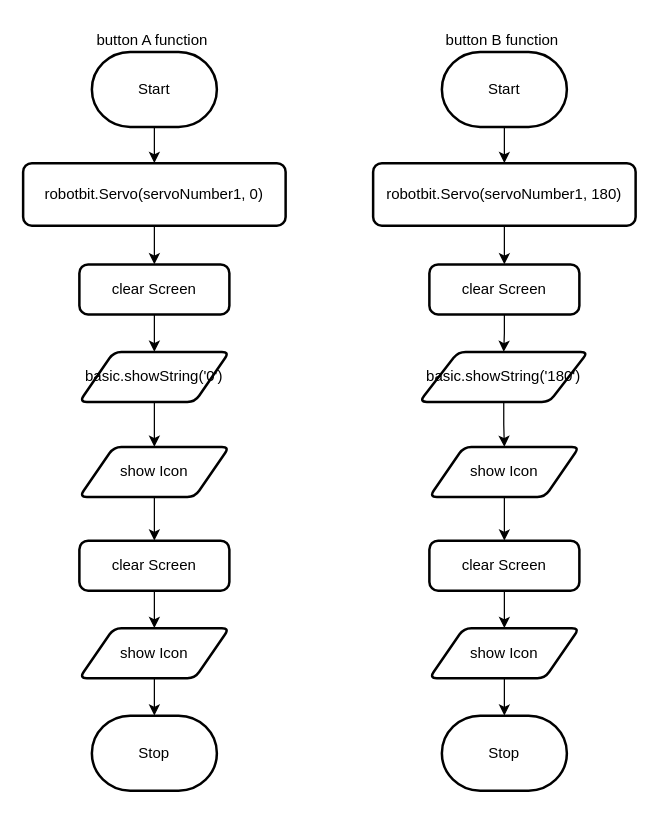
Before: design/flowchart.drawio in MTHS-TEJ2O-1-2023/TEJ2O-Unit-5-07-Liya-Getachew, a draw.io diagram. Source tidied: cells renumbered, new cells numbered last; positions are measured from the earlier drawing's top-left corner, leaving out a move shared by most shapes. Both pictures are drawn from the tidied source at 125%, with x=0, y=0 at pixel (22, 21).
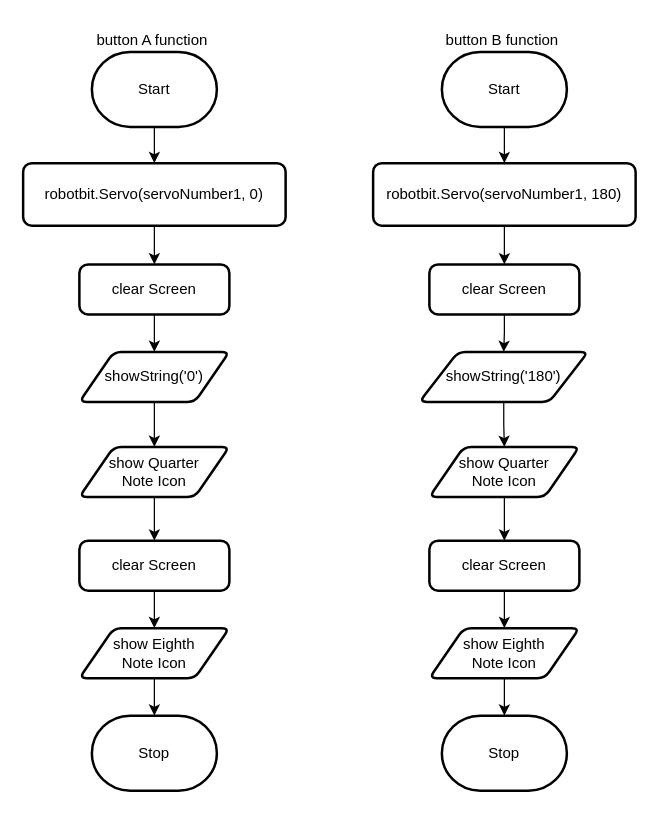
The same diagram, later.

Diff of the diagram source:
```diff
@@
-    <mxCell id="11" value="basic.showString('0')" style="shape=parallelogram;html=1;strokeWidth=2;perimeter=parallelogramPerimeter;whiteSpace=wrap;rounded=1;arcSize=12;size=0.23;fontFamily=Helvetica;fontSize=12;fontColor=default;align=center;strokeColor=default;fillColor=default;" parent="1" vertex="1">
+    <mxCell id="11" value="showString('0')" style="shape=parallelogram;html=1;strokeWidth=2;perimeter=parallelogramPerimeter;whiteSpace=wrap;rounded=1;arcSize=12;size=0.23;fontFamily=Helvetica;fontSize=12;fontColor=default;align=center;strokeColor=default;fillColor=default;" parent="1" vertex="1">
       <mxGeometry x="45" y="264" width="120" height="40" as="geometry" />
     </mxCell>
@@
-    <mxCell id="13" value="show Icon" style="shape=parallelogram;html=1;strokeWidth=2;perimeter=parallelogramPerimeter;whiteSpace=wrap;rounded=1;arcSize=12;size=0.23;fontFamily=Helvetica;fontSize=12;fontColor=default;align=center;strokeColor=default;fillColor=default;" parent="1" vertex="1">
+    <mxCell id="13" value="show Quarter &lt;br&gt;Note Icon" style="shape=parallelogram;html=1;strokeWidth=2;perimeter=parallelogramPerimeter;whiteSpace=wrap;rounded=1;arcSize=12;size=0.23;fontFamily=Helvetica;fontSize=12;fontColor=default;align=center;strokeColor=default;fillColor=default;" parent="1" vertex="1">
       <mxGeometry x="45" y="340" width="120" height="40" as="geometry" />
     </mxCell>
@@
-    <mxCell id="17" value="show Icon" style="shape=parallelogram;html=1;strokeWidth=2;perimeter=parallelogramPerimeter;whiteSpace=wrap;rounded=1;arcSize=12;size=0.23;fontFamily=Helvetica;fontSize=12;fontColor=default;align=center;strokeColor=default;fillColor=default;" parent="1" vertex="1">
+    <mxCell id="17" value="show Eighth&lt;br&gt;Note Icon" style="shape=parallelogram;html=1;strokeWidth=2;perimeter=parallelogramPerimeter;whiteSpace=wrap;rounded=1;arcSize=12;size=0.23;fontFamily=Helvetica;fontSize=12;fontColor=default;align=center;strokeColor=default;fillColor=default;" parent="1" vertex="1">
       <mxGeometry x="45" y="485" width="120" height="40" as="geometry" />
     </mxCell>
@@
-    <mxCell id="27" value="basic.showString('180')" style="shape=parallelogram;html=1;strokeWidth=2;perimeter=parallelogramPerimeter;whiteSpace=wrap;rounded=1;arcSize=12;size=0.23;fontFamily=Helvetica;fontSize=12;fontColor=default;align=center;strokeColor=default;fillColor=default;" parent="1" vertex="1">
+    <mxCell id="27" value="showString('180')" style="shape=parallelogram;html=1;strokeWidth=2;perimeter=parallelogramPerimeter;whiteSpace=wrap;rounded=1;arcSize=12;size=0.23;fontFamily=Helvetica;fontSize=12;fontColor=default;align=center;strokeColor=default;fillColor=default;" parent="1" vertex="1">
       <mxGeometry x="317" y="264" width="135" height="40" as="geometry" />
     </mxCell>
@@
-    <mxCell id="29" value="show Icon" style="shape=parallelogram;html=1;strokeWidth=2;perimeter=parallelogramPerimeter;whiteSpace=wrap;rounded=1;arcSize=12;size=0.23;fontFamily=Helvetica;fontSize=12;fontColor=default;align=center;strokeColor=default;fillColor=default;" parent="1" vertex="1">
+    <mxCell id="29" value="show Quarter&lt;br&gt;Note Icon" style="shape=parallelogram;html=1;strokeWidth=2;perimeter=parallelogramPerimeter;whiteSpace=wrap;rounded=1;arcSize=12;size=0.23;fontFamily=Helvetica;fontSize=12;fontColor=default;align=center;strokeColor=default;fillColor=default;" parent="1" vertex="1">
       <mxGeometry x="325" y="340" width="120" height="40" as="geometry" />
     </mxCell>
@@
-    <mxCell id="33" value="show Icon" style="shape=parallelogram;html=1;strokeWidth=2;perimeter=parallelogramPerimeter;whiteSpace=wrap;rounded=1;arcSize=12;size=0.23;fontFamily=Helvetica;fontSize=12;fontColor=default;align=center;strokeColor=default;fillColor=default;" parent="1" vertex="1">
+    <mxCell id="33" value="show Eighth&lt;br&gt;Note Icon" style="shape=parallelogram;html=1;strokeWidth=2;perimeter=parallelogramPerimeter;whiteSpace=wrap;rounded=1;arcSize=12;size=0.23;fontFamily=Helvetica;fontSize=12;fontColor=default;align=center;strokeColor=default;fillColor=default;" parent="1" vertex="1">
       <mxGeometry x="325" y="485" width="120" height="40" as="geometry" />
     </mxCell>
```
